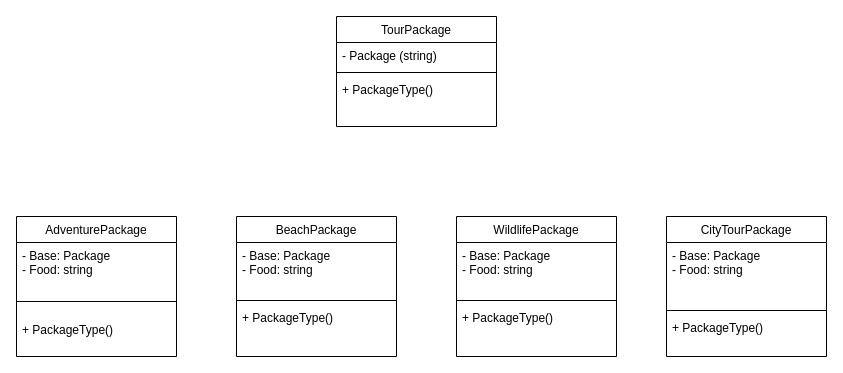
Earlier version of the draw.io diagram design pattern class diagram.drawio (ziard47/Diagram). Source tidied: cells renumbered, new cells numbered last; positions are measured from the earlier drawing's top-left corner, leaving out a move shared by most shapes. Both pictures are drawn from the tidied source at 100%, with x=0, y=0 at pixel (16, 16).
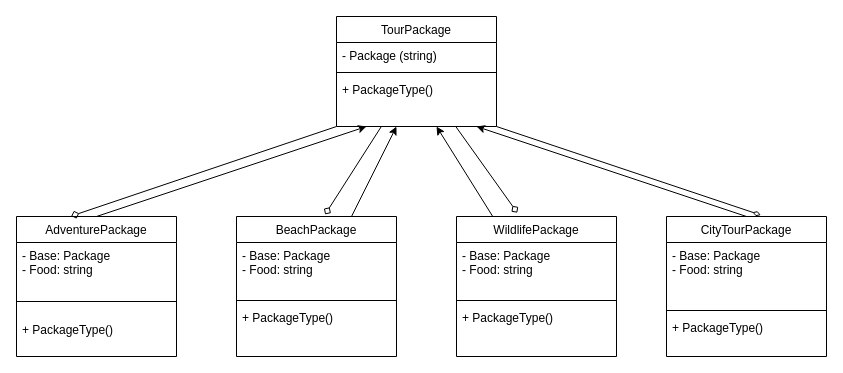
The same page after the edit.

The change refers to these unchanged cells:
```xml
<mxCell id="2" value="TourPackage" style="swimlane;fontStyle=0;align=center;verticalAlign=top;horizontal=1;startSize=26;rounded=0;shadow=0;strokeWidth=1;" parent="1" vertex="1">
  <mxGeometry x="320" width="160" height="110" as="geometry" />
</mxCell>
<mxCell id="6" value="AdventurePackage" style="swimlane;fontStyle=0;align=center;verticalAlign=top;horizontal=1;startSize=26;rounded=0;shadow=0;strokeWidth=1;" parent="1" vertex="1">
  <mxGeometry y="200" width="160" height="140" as="geometry" />
</mxCell>
<mxCell id="10" value="BeachPackage" style="swimlane;fontStyle=0;align=center;verticalAlign=top;horizontal=1;startSize=26;rounded=0;shadow=0;strokeWidth=1;" parent="1" vertex="1">
  <mxGeometry x="220" y="200" width="160" height="140" as="geometry" />
</mxCell>
<mxCell id="14" value="WildlifePackage" style="swimlane;fontStyle=0;align=center;verticalAlign=top;horizontal=1;startSize=26;rounded=0;shadow=0;strokeWidth=1;" parent="1" vertex="1">
  <mxGeometry x="440" y="200" width="160" height="140" as="geometry" />
</mxCell>
<mxCell id="18" value="CityTourPackage" style="swimlane;fontStyle=0;align=center;verticalAlign=top;horizontal=1;startSize=26;rounded=0;shadow=0;strokeWidth=1;" parent="1" vertex="1">
  <mxGeometry x="650" y="200" width="160" height="140" as="geometry" />
</mxCell>
```

Diff of the diagram source:
```diff
@@
+    <mxCell id="22" style="edgeStyle=none;rounded=0;jettySize=auto;html=1;entryX=0.554;entryY=-0.015;entryDx=0;entryDy=0;entryPerimeter=0;endArrow=diamond;endFill=0;" parent="1" edge="1" source="2" target="10">
+      <mxGeometry relative="1" as="geometry" />
+    </mxCell>
+    <mxCell id="23" style="edgeStyle=none;rounded=0;jettySize=auto;html=1;entryX=0.38;entryY=-0.027;entryDx=0;entryDy=0;entryPerimeter=0;endArrow=diamond;endFill=0;" parent="1" edge="1" source="2" target="14">
+      <mxGeometry relative="1" as="geometry" />
+    </mxCell>
+    <mxCell id="24" style="edgeStyle=none;rounded=0;jettySize=auto;html=1;entryX=0.59;entryY=-0.01;entryDx=0;entryDy=0;entryPerimeter=0;endArrow=diamondThin;endFill=0;exitX=1;exitY=1;exitDx=0;exitDy=0;" parent="1" edge="1" source="2" target="18">
+      <mxGeometry relative="1" as="geometry" />
+    </mxCell>
@@
+    <mxCell id="25" style="edgeStyle=none;rounded=0;jettySize=auto;html=1;exitX=0.5;exitY=0;exitDx=0;exitDy=0;" parent="1" edge="1" source="6">
+      <mxGeometry relative="1" as="geometry">
+        <mxPoint x="350" y="110" as="targetPoint" />
+      </mxGeometry>
+    </mxCell>
@@
+    <mxCell id="26" style="edgeStyle=none;rounded=0;jettySize=auto;html=1;" parent="1" edge="1" source="10">
+      <mxGeometry relative="1" as="geometry">
+        <mxPoint x="380" y="110" as="targetPoint" />
+      </mxGeometry>
+    </mxCell>
@@
+    <mxCell id="27" style="edgeStyle=none;rounded=0;jettySize=auto;html=1;" parent="1" edge="1" source="14">
+      <mxGeometry relative="1" as="geometry">
+        <mxPoint x="420" y="110" as="targetPoint" />
+      </mxGeometry>
+    </mxCell>
@@
+    <mxCell id="28" style="edgeStyle=none;rounded=0;jettySize=auto;html=1;exitX=0.5;exitY=0;exitDx=0;exitDy=0;" parent="1" edge="1" source="18">
+      <mxGeometry relative="1" as="geometry">
+        <mxPoint x="460" y="110" as="targetPoint" />
+      </mxGeometry>
+    </mxCell>
@@
+    <mxCell id="29" style="edgeStyle=none;rounded=0;jettySize=auto;html=1;entryX=0.342;entryY=-0.003;entryDx=0;entryDy=0;exitX=0;exitY=1;exitDx=0;exitDy=0;entryPerimeter=0;endArrow=diamond;endFill=0;" parent="1" edge="1" source="2" target="6">
+      <mxGeometry relative="1" as="geometry" />
+    </mxCell>
```
